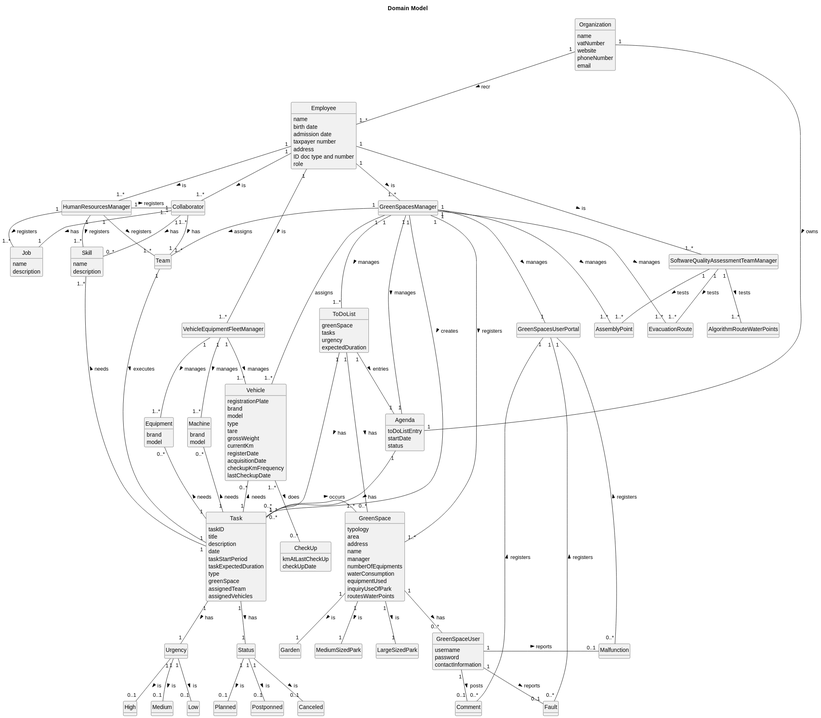
The PlantUML diagram docs/sprintC/global-artifacts/02.analysis/svg/project-domain-model.svg in LopemigueISEP/lei-24-s2-1nb-g312, before a commit.
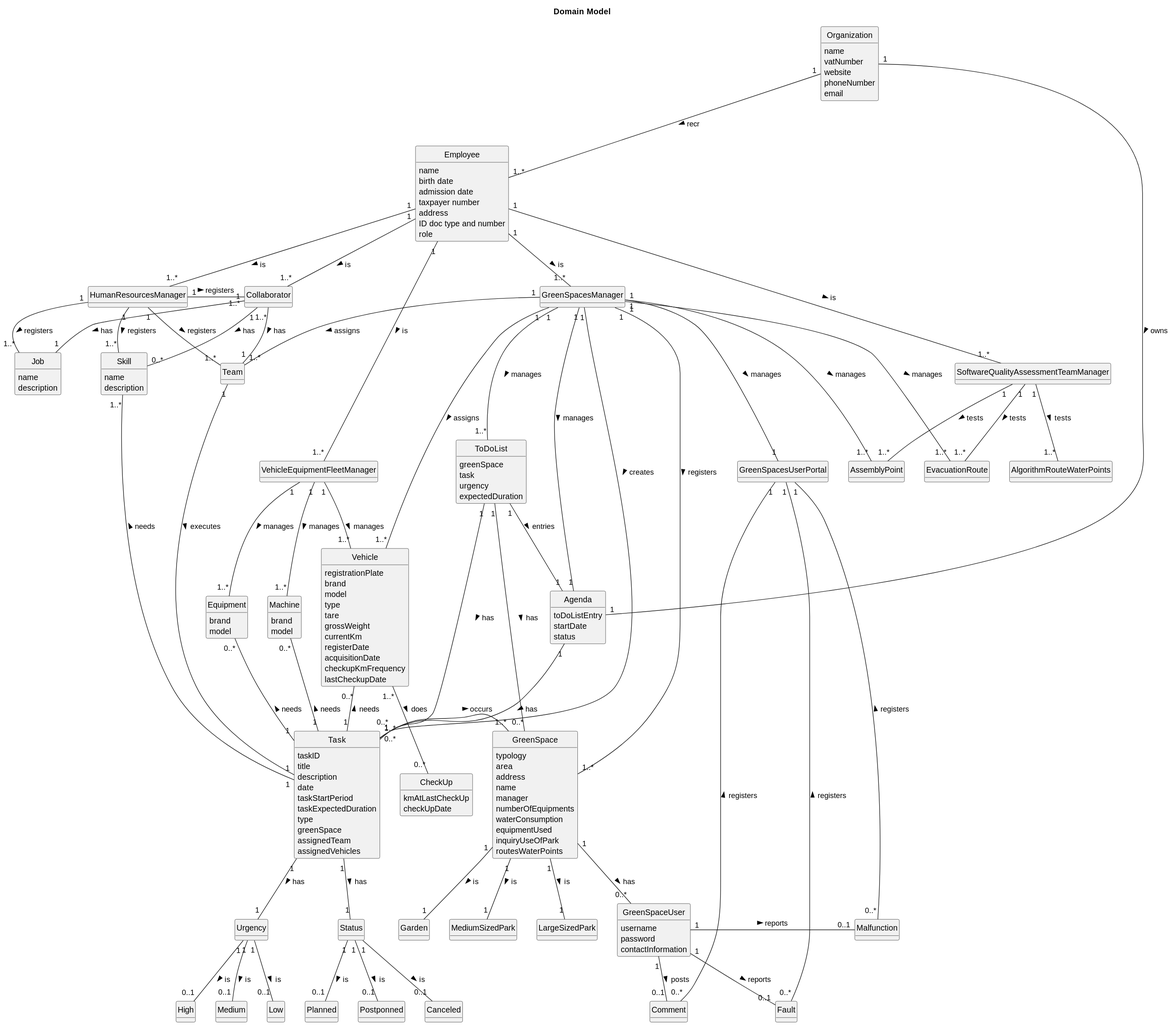
The same file after the commit.

Commit message:
Minor correction Global domain model #21

What changed in the source:
```diff
@@ -32,7 +32,7 @@
 }
 class ToDoList{
     greenSpace
-    tasks
+    task
     urgency
     expectedDuration
 }
@@ -159,7 +159,7 @@
 GreenSpacesManager "1" --- "1..*" AssemblyPoint : manages >
 GreenSpacesManager "1" --- "1..*" EvacuationRoute : manages >
 GreenSpacesManager "1" --- "1..*" ToDoList : manages >
-GreenSpacesManager "1" --- "1..*" Vehicle: assigns
+GreenSpacesManager "1" --- "1..*" Vehicle: assigns >
 Collaborator "1" -- "1" Job : has >
 Collaborator "1" -- "0..*" Skill : has >
 Collaborator "1..*" -- "1" Team : has >
```
